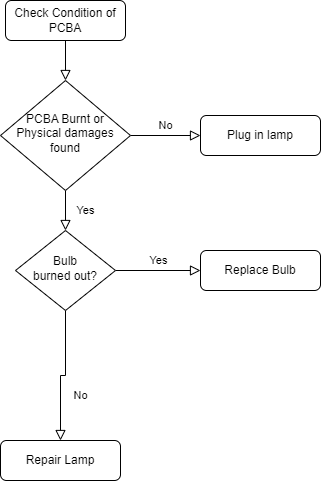
Above: Debug_Tree.png in Mohammedsaklain/TINA-TI (draw.io), before the change. Source tidied: cells renumbered, new cells last; positions are measured from the earlier drawing's top-left corner, leaving out a move shared by most shapes.
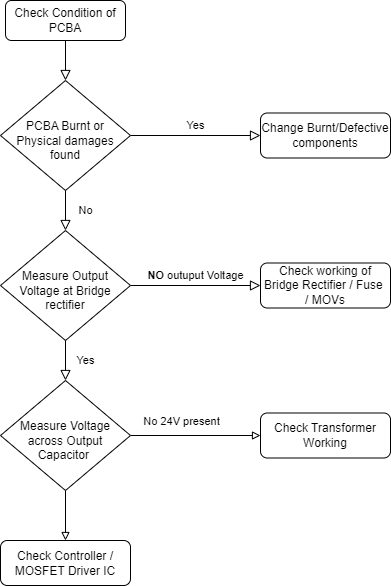
The same file after the commit.

Diff of the diagram source:
```diff
@@ -8,32 +8,49 @@
     <mxCell id="3" value="Check Condition of PCBA" style="rounded=1;whiteSpace=wrap;html=1;fontSize=12;glass=0;strokeWidth=1;shadow=0;" parent="1" vertex="1">
       <mxGeometry x="5" width="120" height="40" as="geometry" />
     </mxCell>
-    <mxCell id="4" value="Yes" style="rounded=0;html=1;jettySize=auto;fontSize=11;endArrow=block;endFill=0;endSize=8;strokeWidth=1;shadow=0;labelBackgroundColor=none;edgeStyle=orthogonalEdgeStyle;" parent="1" edge="1" source="6" target="10">
+    <mxCell id="4" value="No" style="rounded=0;html=1;jettySize=auto;fontSize=11;endArrow=block;endFill=0;endSize=8;strokeWidth=1;shadow=0;labelBackgroundColor=none;edgeStyle=orthogonalEdgeStyle;" parent="1" edge="1" source="6" target="10">
       <mxGeometry y="20" relative="1" as="geometry" />
     </mxCell>
-    <mxCell id="5" value="No" style="edgeStyle=orthogonalEdgeStyle;rounded=0;html=1;jettySize=auto;fontSize=11;endArrow=block;endFill=0;endSize=8;strokeWidth=1;shadow=0;labelBackgroundColor=none;" parent="1" edge="1" source="6" target="7">
+    <mxCell id="5" value="Yes" style="edgeStyle=orthogonalEdgeStyle;rounded=0;html=1;jettySize=auto;fontSize=11;endArrow=block;endFill=0;endSize=8;strokeWidth=1;shadow=0;labelBackgroundColor=none;" parent="1" edge="1" source="6" target="7">
       <mxGeometry y="10" relative="1" as="geometry" />
     </mxCell>
-    <mxCell id="6" value="PCBA Burnt or Physical damages found" style="rhombus;whiteSpace=wrap;html=1;shadow=0;fontFamily=Helvetica;fontSize=12;align=center;strokeWidth=1;spacing=6;spacingTop=-4;" parent="1" vertex="1">
+    <mxCell id="6" value="&lt;br&gt;PCBA Burnt or Physical damages found" style="rhombus;whiteSpace=wrap;html=1;shadow=0;fontFamily=Helvetica;fontSize=12;align=center;strokeWidth=1;spacing=6;spacingTop=-4;" parent="1" vertex="1">
       <mxGeometry y="80" width="130" height="110" as="geometry" />
     </mxCell>
-    <mxCell id="7" value="Plug in lamp" style="rounded=1;whiteSpace=wrap;html=1;fontSize=12;glass=0;strokeWidth=1;shadow=0;" parent="1" vertex="1">
-      <mxGeometry x="200" y="115" width="120" height="40" as="geometry" />
+    <mxCell id="7" value="Change Burnt/Defective components" style="rounded=1;whiteSpace=wrap;html=1;fontSize=12;glass=0;strokeWidth=1;shadow=0;" parent="1" vertex="1">
+      <mxGeometry x="260" y="112.5" width="130" height="45" as="geometry" />
     </mxCell>
-    <mxCell id="8" value="No" style="rounded=0;html=1;jettySize=auto;fontSize=11;endArrow=block;endFill=0;endSize=8;strokeWidth=1;shadow=0;labelBackgroundColor=none;edgeStyle=orthogonalEdgeStyle;" parent="1" edge="1" source="10" target="11">
-      <mxGeometry x="0.33" y="20" relative="1" as="geometry" />
-    </mxCell>
-    <mxCell id="9" value="Yes" style="edgeStyle=orthogonalEdgeStyle;rounded=0;html=1;jettySize=auto;fontSize=11;endArrow=block;endFill=0;endSize=8;strokeWidth=1;shadow=0;labelBackgroundColor=none;" parent="1" edge="1" source="10" target="12">
+    <mxCell id="9" value="&lt;b&gt;NO&lt;/b&gt; outuput Voltage" style="edgeStyle=orthogonalEdgeStyle;rounded=0;html=1;jettySize=auto;fontSize=11;endArrow=block;endFill=0;endSize=8;strokeWidth=1;shadow=0;labelBackgroundColor=none;" parent="1" edge="1" source="10" target="12">
       <mxGeometry y="10" relative="1" as="geometry" />
     </mxCell>
-    <mxCell id="10" value="Bulb&lt;br&gt;burned out?" style="rhombus;whiteSpace=wrap;html=1;shadow=0;fontFamily=Helvetica;fontSize=12;align=center;strokeWidth=1;spacing=6;spacingTop=-4;" parent="1" vertex="1">
-      <mxGeometry x="15" y="230" width="100" height="80" as="geometry" />
+    <mxCell id="10" value="&lt;br&gt;Measure Output Voltage&amp;nbsp;at Bridge rectifier" style="rhombus;whiteSpace=wrap;html=1;shadow=0;fontFamily=Helvetica;fontSize=12;align=center;strokeWidth=1;spacing=6;spacingTop=-4;" parent="1" vertex="1">
+      <mxGeometry y="230" width="130" height="110" as="geometry" />
     </mxCell>
-    <mxCell id="11" value="Repair Lamp" style="rounded=1;whiteSpace=wrap;html=1;fontSize=12;glass=0;strokeWidth=1;shadow=0;" parent="1" vertex="1">
-      <mxGeometry y="440" width="120" height="40" as="geometry" />
-    </mxCell>
-    <mxCell id="12" value="Replace Bulb" style="rounded=1;whiteSpace=wrap;html=1;fontSize=12;glass=0;strokeWidth=1;shadow=0;" parent="1" vertex="1">
-      <mxGeometry x="200" y="250" width="120" height="40" as="geometry" />
+    <mxCell id="12" value="Check working of Bridge Rectifier / Fuse&amp;nbsp; / MOVs" style="rounded=1;whiteSpace=wrap;html=1;fontSize=12;glass=0;strokeWidth=1;shadow=0;" parent="1" vertex="1">
+      <mxGeometry x="260" y="262.5" width="130" height="45" as="geometry" />
     </mxCell>
+    <mxCell id="13" style="edgeStyle=orthogonalEdgeStyle;rounded=0;hachureGap=4;jettySize=auto;html=1;exitX=1;exitY=0.5;exitDx=0;exitDy=0;entryX=0;entryY=0.5;entryDx=0;entryDy=0;fontFamily=Architects Daughter;fontSource=https%3A%2F%2Ffonts.googleapis.com%2Fcss%3Ffamily%3DArchitects%2BDaughter;endArrow=block;endFill=0;" parent="1" edge="1" source="16" target="18">
+      <mxGeometry relative="1" as="geometry" />
+    </mxCell>
+    <mxCell id="14" value="&lt;font face=&quot;Helvetica&quot;&gt;No 24V present&lt;/font&gt;" style="edgeLabel;html=1;align=center;verticalAlign=middle;sketch=1;hachureGap=4;jiggle=2;curveFitting=1;fontFamily=Architects Daughter;fontSource=https%3A%2F%2Ffonts.googleapis.com%2Fcss%3Ffamily%3DArchitects%2BDaughter;" parent="13" vertex="1">
+      <mxGeometry x="-0.3" y="2" relative="1" as="geometry">
+        <mxPoint x="4" y="-13" as="offset" />
+      </mxGeometry>
+    </mxCell>
+    <mxCell id="15" style="edgeStyle=orthogonalEdgeStyle;rounded=0;hachureGap=4;jettySize=auto;html=1;exitX=0.5;exitY=1;exitDx=0;exitDy=0;entryX=0.5;entryY=0;entryDx=0;entryDy=0;fontFamily=Architects Daughter;fontSource=https%3A%2F%2Ffonts.googleapis.com%2Fcss%3Ffamily%3DArchitects%2BDaughter;endArrow=block;endFill=0;" parent="1" edge="1" source="16" target="19">
+      <mxGeometry relative="1" as="geometry" />
+    </mxCell>
+    <mxCell id="16" value="&lt;br&gt;Measure Voltage across Output Capacitor&amp;nbsp;" style="rhombus;whiteSpace=wrap;html=1;shadow=0;fontFamily=Helvetica;fontSize=12;align=center;strokeWidth=1;spacing=6;spacingTop=-4;" parent="1" vertex="1">
+      <mxGeometry y="380" width="130" height="110" as="geometry" />
+    </mxCell>
+    <mxCell id="17" value="Yes" style="rounded=0;html=1;jettySize=auto;fontSize=11;endArrow=block;endFill=0;endSize=8;strokeWidth=1;shadow=0;labelBackgroundColor=none;edgeStyle=orthogonalEdgeStyle;exitX=0.5;exitY=1;exitDx=0;exitDy=0;" parent="1" edge="1" source="10" target="16">
+      <mxGeometry y="20" relative="1" as="geometry" />
+    </mxCell>
+    <mxCell id="18" value="Check Transformer Working" style="rounded=1;whiteSpace=wrap;html=1;fontSize=12;glass=0;strokeWidth=1;shadow=0;" parent="1" vertex="1">
+      <mxGeometry x="260" y="412.5" width="130" height="45" as="geometry" />
+    </mxCell>
+    <mxCell id="19" value="Check Controller / MOSFET Driver IC" style="rounded=1;whiteSpace=wrap;html=1;fontSize=12;glass=0;strokeWidth=1;shadow=0;" parent="1" vertex="1">
+      <mxGeometry y="540" width="130" height="45" as="geometry" />
+    </mxCell>
   </root>
 </mxGraphModel>
```
